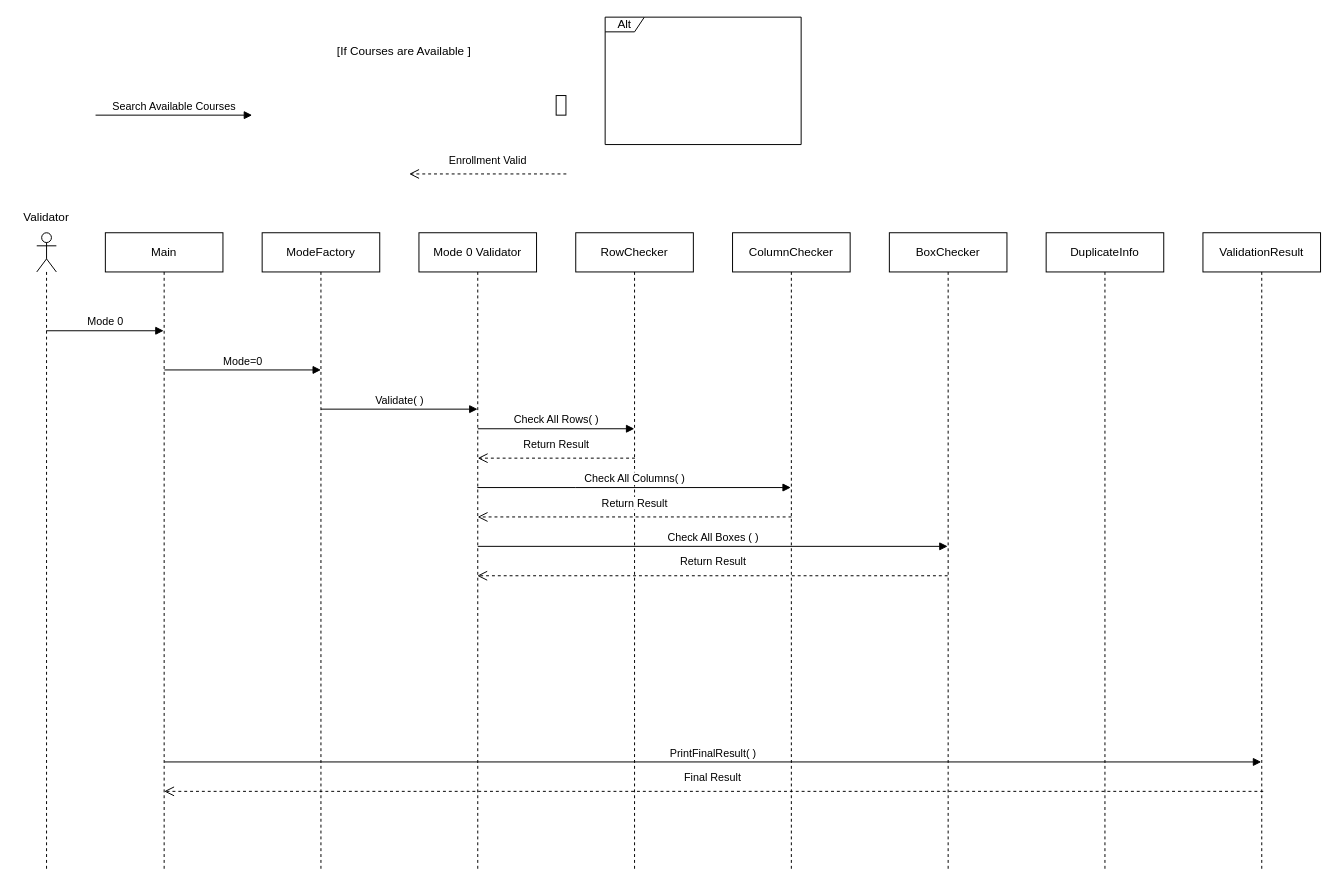
The draw.io diagram SequenceMode0Diagram.drawio in ghadeer4705/Lab9_Sudoku1, before the edit. Source tidied: cells renumbered, new cells numbered last; positions are measured from the earlier drawing's top-left corner, leaving out a move shared by most shapes. Both pictures are drawn from the tidied source at 98%, with x=0, y=0 at pixel (17, 17).
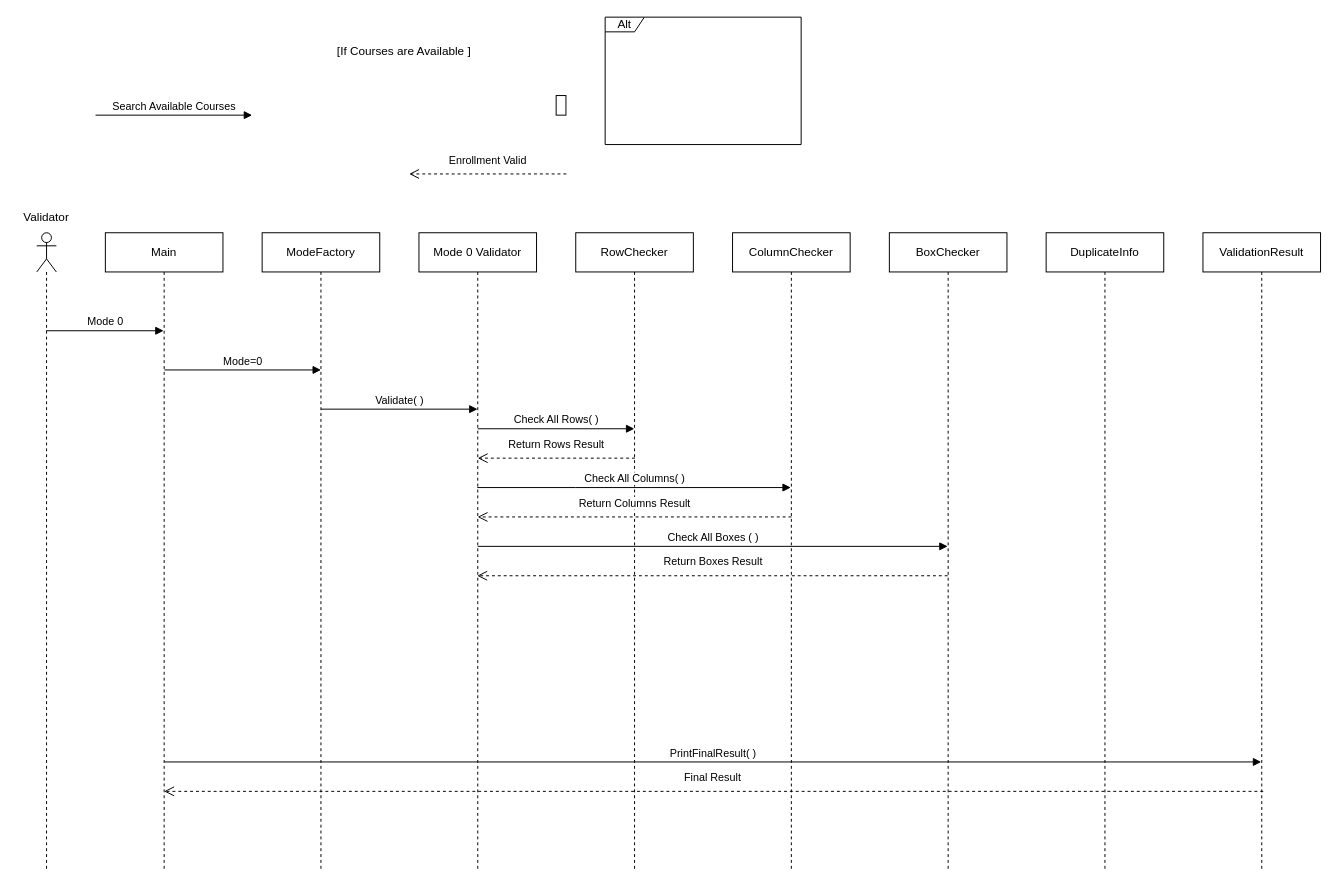
After the change.

Unchanged cells that the change refers to:
```xml
<mxCell id="10" value="Mode 0 Validator" style="shape=umlLifeline;perimeter=lifelinePerimeter;whiteSpace=wrap;html=1;outlineConnect=0;portConstraint=eastwest;newEdgeStyle={&quot;curved&quot;:0,&quot;rounded&quot;:0};size=40;" parent="1" vertex="1">
  <mxGeometry x="410" y="220" width="120" height="650" as="geometry" />
</mxCell>
<mxCell id="13" value="BoxChecker" style="shape=umlLifeline;perimeter=lifelinePerimeter;whiteSpace=wrap;html=1;outlineConnect=0;portConstraint=eastwest;newEdgeStyle={&quot;curved&quot;:0,&quot;rounded&quot;:0};size=40;" parent="1" vertex="1">
  <mxGeometry x="890" y="220" width="120" height="650" as="geometry" />
</mxCell>
```

Change to the diagram source:
```diff
@@
-    <mxCell id="25" value="Return Result" style="html=1;verticalAlign=bottom;endArrow=open;dashed=1;endSize=8;curved=0;rounded=0;" parent="1" edge="1">
+    <mxCell id="25" value="Return Rows Result" style="html=1;verticalAlign=bottom;endArrow=open;dashed=1;endSize=8;curved=0;rounded=0;" parent="1" edge="1">
       <mxGeometry y="-5" relative="1" as="geometry">
         <mxPoint x="630.4" y="450" as="sourcePoint" />
         <mxPoint x="470" y="450" as="targetPoint" />
         <Array as="points">
           <mxPoint x="530.9" y="450" />
         </Array>
       </mxGeometry>
     </mxCell>
-    <mxCell id="26" value="Return Result" style="html=1;verticalAlign=bottom;endArrow=open;dashed=1;endSize=8;curved=0;rounded=0;" parent="1" edge="1">
+    <mxCell id="26" value="Return Columns Result" style="html=1;verticalAlign=bottom;endArrow=open;dashed=1;endSize=8;curved=0;rounded=0;" parent="1" edge="1">
       <mxGeometry y="-5" relative="1" as="geometry">
         <mxPoint x="790.1" y="510" as="sourcePoint" />
         <mxPoint x="469.9" y="510" as="targetPoint" />
         <Array as="points">
           <mxPoint x="621.5" y="510" />
         </Array>
       </mxGeometry>
     </mxCell>
-    <mxCell id="27" value="Return Result" style="html=1;verticalAlign=bottom;endArrow=open;dashed=1;endSize=8;curved=0;rounded=0;" parent="1" edge="1" source="13" target="10">
+    <mxCell id="27" value="Return Boxes Result" style="html=1;verticalAlign=bottom;endArrow=open;dashed=1;endSize=8;curved=0;rounded=0;" parent="1" edge="1" source="13" target="10">
       <mxGeometry y="-5" relative="1" as="geometry">
         <Array as="points">
           <mxPoint x="680.9" y="570" />
         </Array>
       </mxGeometry>
     </mxCell>
```
